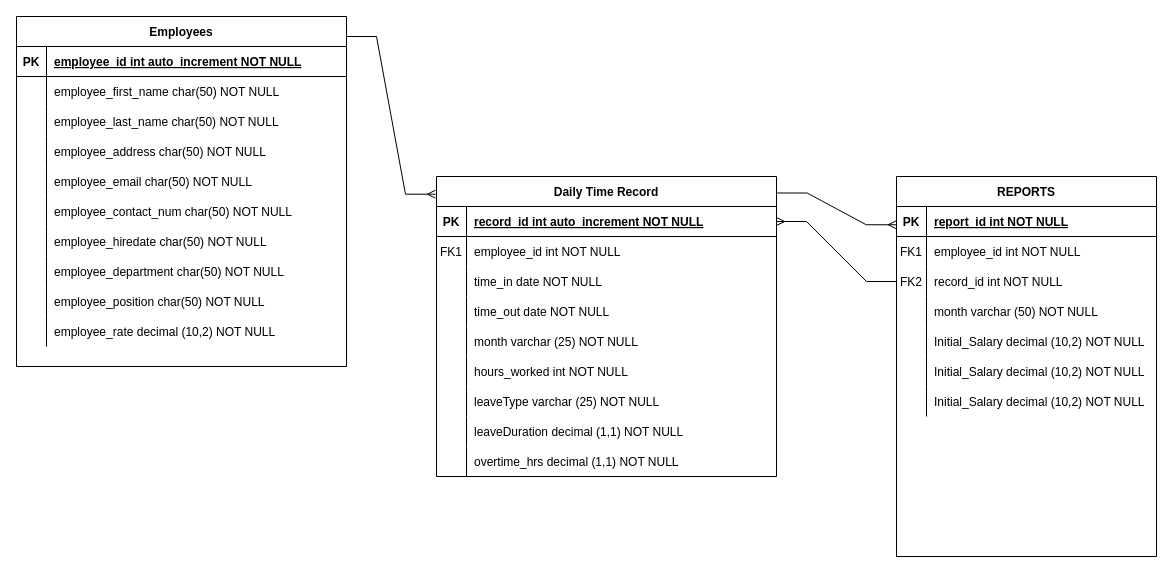
The draw.io diagram Untitled Diagram.drawio in Sudaishii/Sys_Flowchart, before the edit. Source tidied: cells renumbered, new cells numbered last; positions are measured from the earlier drawing's top-left corner, leaving out a move shared by most shapes. Both pictures are drawn from the tidied source at 100%, with x=0, y=0 at pixel (16, 16).
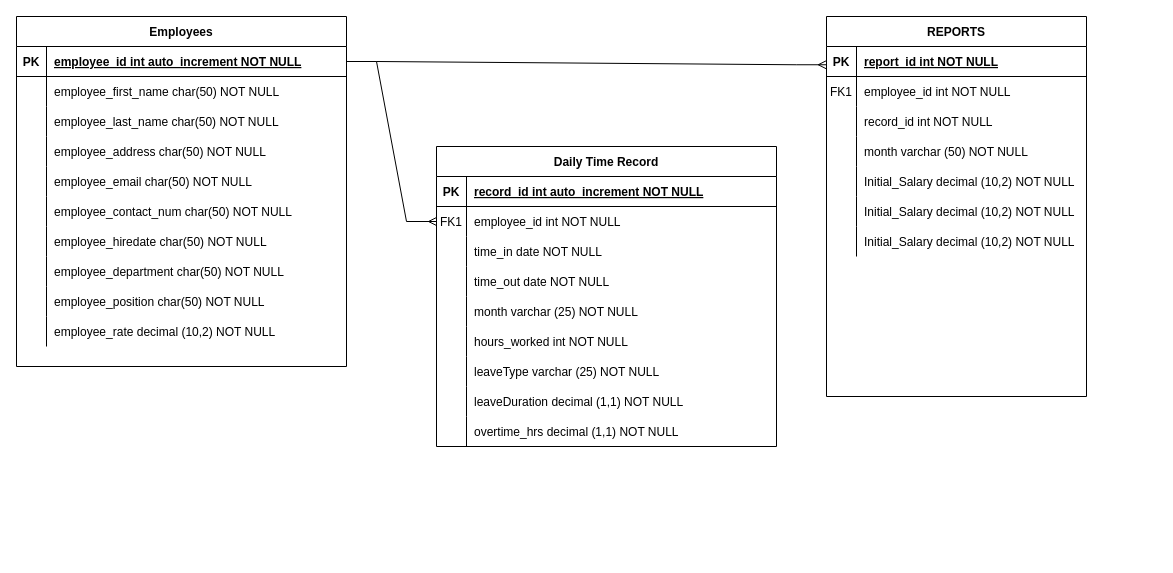
After the change.

Unchanged cells that the change refers to:
```xml
<mxCell id="3" style="shape=partialRectangle;fillColor=none;points=[[0,0.5],[1,0.5]];portConstraint=eastwest;top=0;left=0;right=0;bottom=1;" parent="2" vertex="1">
  <mxGeometry y="30" width="340" height="30" as="geometry" />
</mxCell>
<mxCell id="6" style="shape=partialRectangle;fillColor=none;points=[[0,0.5],[1,0.5]];portConstraint=eastwest;top=0;left=0;right=0;bottom=0;" parent="2" vertex="1">
  <mxGeometry y="60" width="340" height="30" as="geometry" />
</mxCell>
<mxCell id="37" style="shape=partialRectangle;fillColor=none;points=[[0,0.5],[1,0.5]];portConstraint=eastwest;top=0;left=0;right=0;bottom=0;" parent="30" vertex="1">
  <mxGeometry y="90" width="260" height="30" as="geometry" />
</mxCell>
<mxCell id="53" style="shape=partialRectangle;fillColor=none;points=[[0,0.5],[1,0.5]];portConstraint=eastwest;top=0;left=0;right=0;bottom=1;" parent="52" vertex="1">
  <mxGeometry y="30" width="330" height="30" as="geometry" />
</mxCell>
```

What changed in the source:
```diff
@@
     <mxCell id="2" value="Daily Time Record" style="shape=table;startSize=30;childLayout=tableLayout;rowLines=0;fontStyle=1;align=center;" parent="1" vertex="1">
-      <mxGeometry x="420" y="160" width="340" height="300" as="geometry" />
+      <mxGeometry x="420" y="130" width="340" height="300" as="geometry" />
     </mxCell>
@@
     <mxCell id="30" value="REPORTS" style="shape=table;startSize=30;childLayout=tableLayout;rowLines=0;fontStyle=1;align=center;" parent="1" vertex="1">
-      <mxGeometry x="880" y="160" width="260" height="380" as="geometry" />
+      <mxGeometry x="810" width="260" height="380" as="geometry" />
     </mxCell>
@@
-    <mxCell id="38" value="FK2" style="shape=partialRectangle;overflow=hidden;fillColor=none;top=0;left=0;bottom=0;right=0;" parent="37" vertex="1">
+    <mxCell id="38" style="shape=partialRectangle;overflow=hidden;fillColor=none;top=0;left=0;bottom=0;right=0;" parent="37" vertex="1">
       <mxGeometry width="30" height="30" as="geometry" />
     </mxCell>
@@
-    <mxCell id="83" style="edgeStyle=entityRelationEdgeStyle;fontSize=12;html=1;endArrow=ERmany;rounded=0;entryX=-0.003;entryY=0.059;entryDx=0;entryDy=0;entryPerimeter=0;" parent="1" edge="1" target="2">
+    <mxCell id="83" style="edgeStyle=entityRelationEdgeStyle;fontSize=12;html=1;endArrow=ERmany;rounded=0;entryX=0;entryY=0.5;entryDx=0;entryDy=0;exitX=1;exitY=0.5;exitDx=0;exitDy=0;" parent="1" edge="1" source="53" target="6">
       <mxGeometry relative="1" as="geometry">
-        <mxPoint x="330" y="20" as="sourcePoint" />
         <Array as="points">
           <mxPoint x="350" y="55" />
           <mxPoint x="370" y="55" />
+          <mxPoint x="390" y="190" />
         </Array>
       </mxGeometry>
     </mxCell>
-    <mxCell id="84" style="edgeStyle=entityRelationEdgeStyle;fontSize=12;html=1;endArrow=ERmany;rounded=0;exitX=1.002;exitY=0.055;exitDx=0;exitDy=0;entryX=-0.001;entryY=0.127;entryDx=0;entryDy=0;entryPerimeter=0;exitPerimeter=0;" parent="1" edge="1" source="2" target="30">
+    <mxCell id="84" style="edgeStyle=entityRelationEdgeStyle;fontSize=12;html=1;endArrow=ERmany;rounded=0;entryX=-0.001;entryY=0.127;entryDx=0;entryDy=0;entryPerimeter=0;exitX=1;exitY=0.5;exitDx=0;exitDy=0;" parent="1" edge="1" source="53" target="30">
       <mxGeometry relative="1" as="geometry">
         <Array as="points">
           <mxPoint x="810" y="116.3" />
           <mxPoint x="800" y="136.3" />
           <mxPoint x="770" y="171.3" />
           <mxPoint x="790" y="171.3" />
         </Array>
       </mxGeometry>
     </mxCell>
-    <mxCell id="85" style="edgeStyle=entityRelationEdgeStyle;fontSize=12;html=1;endArrow=ERmany;rounded=0;entryX=1;entryY=0.5;entryDx=0;entryDy=0;exitX=0;exitY=0.5;exitDx=0;exitDy=0;" parent="1" edge="1" source="37" target="3">
-      <mxGeometry relative="1" as="geometry">
-        <Array as="points">
-          <mxPoint x="919" y="319.4" />
-          <mxPoint x="909" y="339.4" />
-          <mxPoint x="879" y="374.4" />
-          <mxPoint x="899" y="374.4" />
-        </Array>
-      </mxGeometry>
-    </mxCell>
```
